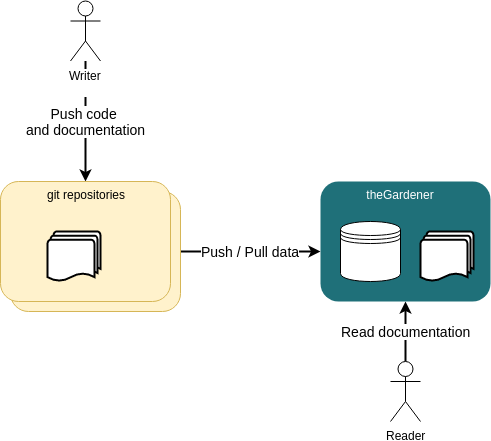
The draw.io diagram documentation/global/assets/images/theGardener_project_roles_reader_writer.png in KelkooGroup/theGardener, before a commit. Source tidied: cells renumbered, new cells last; positions are measured from the earlier drawing's top-left corner, leaving out a move shared by most shapes.
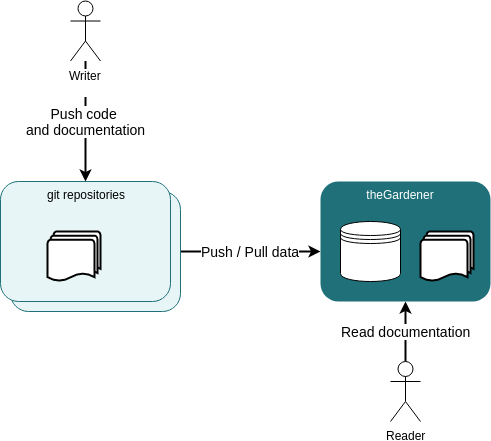
The same file after the commit.

Diff of the diagram source:
```diff
@@ -5,7 +5,7 @@
     <mxCell id="2" value="&lt;div style=&quot;font-size: 14px;&quot;&gt;Push / Pull data&lt;/div&gt;" style="edgeStyle=orthogonalEdgeStyle;rounded=0;jettySize=auto;html=1;exitX=1;exitY=0.5;exitDx=0;exitDy=0;entryX=0;entryY=0.583;entryDx=0;entryDy=0;entryPerimeter=0;strokeWidth=2;fontSize=14;" parent="1" edge="1" source="3" target="4">
       <mxGeometry relative="1" as="geometry" />
     </mxCell>
-    <mxCell id="3" style="rounded=1;whiteSpace=wrap;html=1;fillColor=#fff2cc;strokeColor=#d6b656;" parent="1" vertex="1">
+    <mxCell id="3" style="rounded=1;whiteSpace=wrap;html=1;fillColor=#E7F5F7;strokeColor=#1F7079;" parent="1" vertex="1">
       <mxGeometry x="10" y="190" width="170" height="120" as="geometry" />
     </mxCell>
     <mxCell id="4" style="rounded=1;whiteSpace=wrap;html=1;fillColor=#1F7079;strokeColor=none;fontColor=#FFFFFF;" parent="1" vertex="1">
@@ -32,7 +32,7 @@
     <mxCell id="11" value="&lt;div&gt;Reader&lt;/div&gt;" style="shape=umlActor;verticalLabelPosition=bottom;labelBackgroundColor=#ffffff;verticalAlign=top;html=1;outlineConnect=0;" parent="1" vertex="1">
       <mxGeometry x="390" y="360" width="30" height="60" as="geometry" />
     </mxCell>
-    <mxCell id="12" style="rounded=1;whiteSpace=wrap;html=1;fillColor=#fff2cc;strokeColor=#d6b656;" parent="1" vertex="1">
+    <mxCell id="12" style="rounded=1;whiteSpace=wrap;html=1;fillColor=#E7F5F7;strokeColor=#1F7079;" parent="1" vertex="1">
       <mxGeometry y="180" width="170" height="120" as="geometry" />
     </mxCell>
     <mxCell id="13" style="strokeWidth=2;html=1;shape=mxgraph.flowchart.multi-document;whiteSpace=wrap;" parent="1" vertex="1">
```
